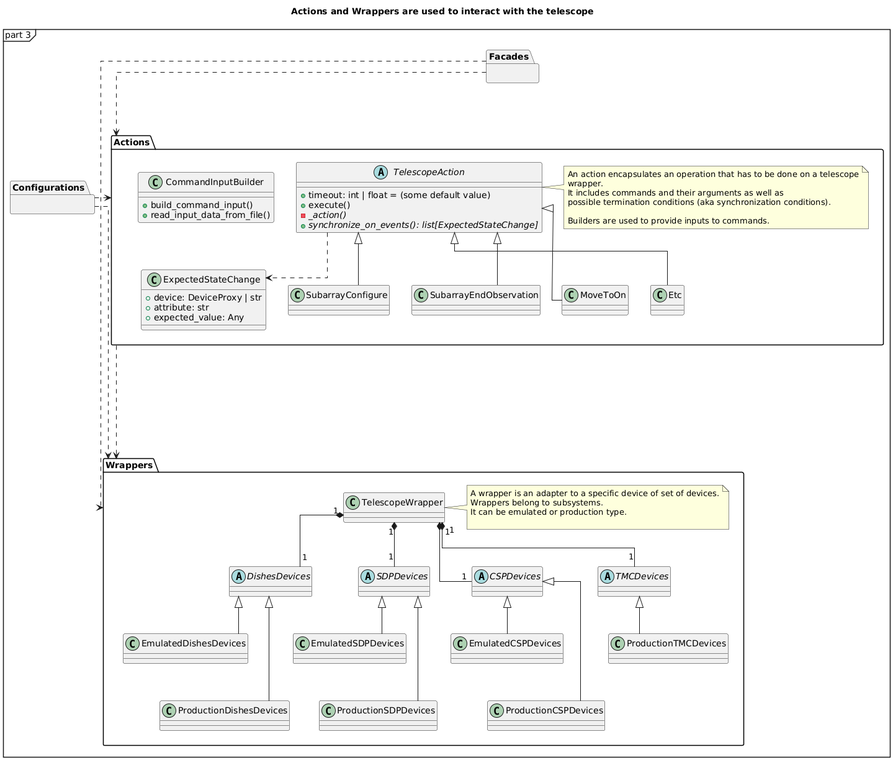
Before: src/ska_integration_test_harness/architecture-actions.png, a diagram exported from PlantUML (ska-telescope/ska-integration-test-harness).
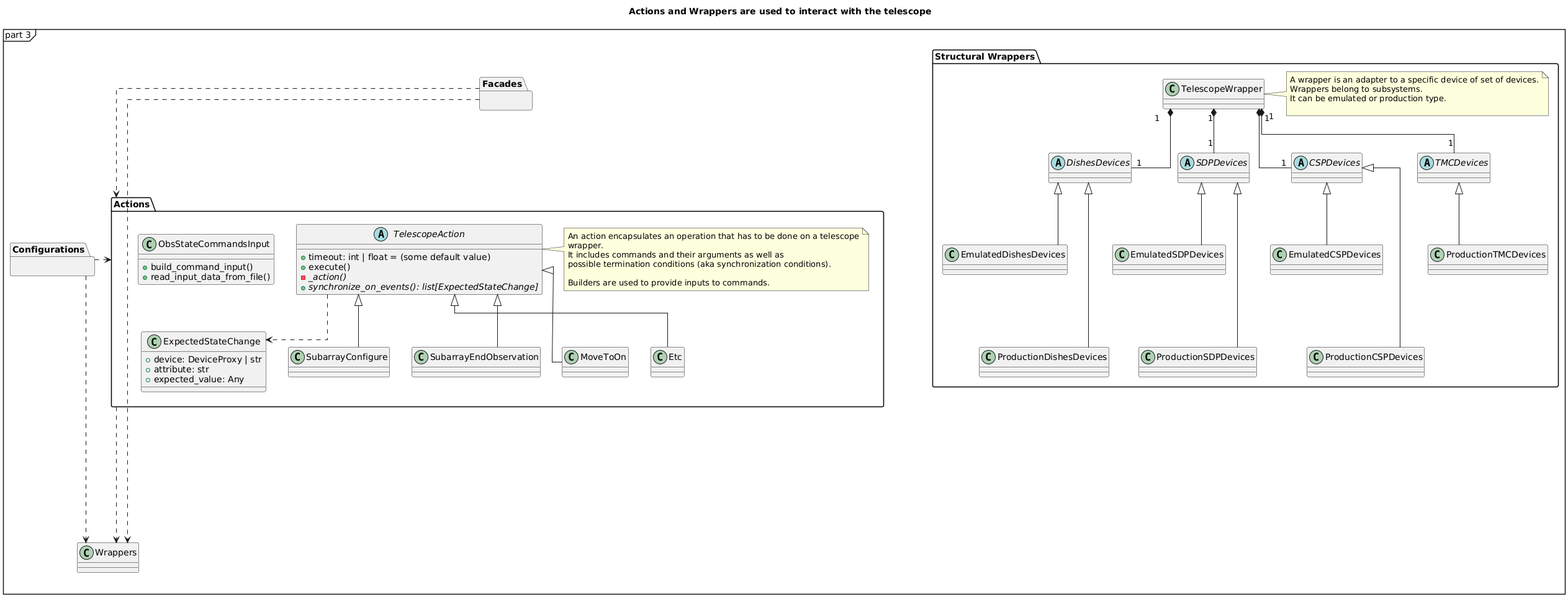
After the commit.

The edit, as a diff of the source:
```diff
@@ -16,7 +16,7 @@
 Configurations .right.> Wrappers
 Configurations .right.> Actions
 
-package "Wrappers" {
+package "Structural Wrappers" {
     class TelescopeWrapper {
     }
 
@@ -78,7 +78,7 @@
         + expected_value: Any
     }
 
-    class CommandInputBuilder {
+    class ObsStateCommandsInput {
         + build_command_input()
         + read_input_data_from_file()
     }
```
